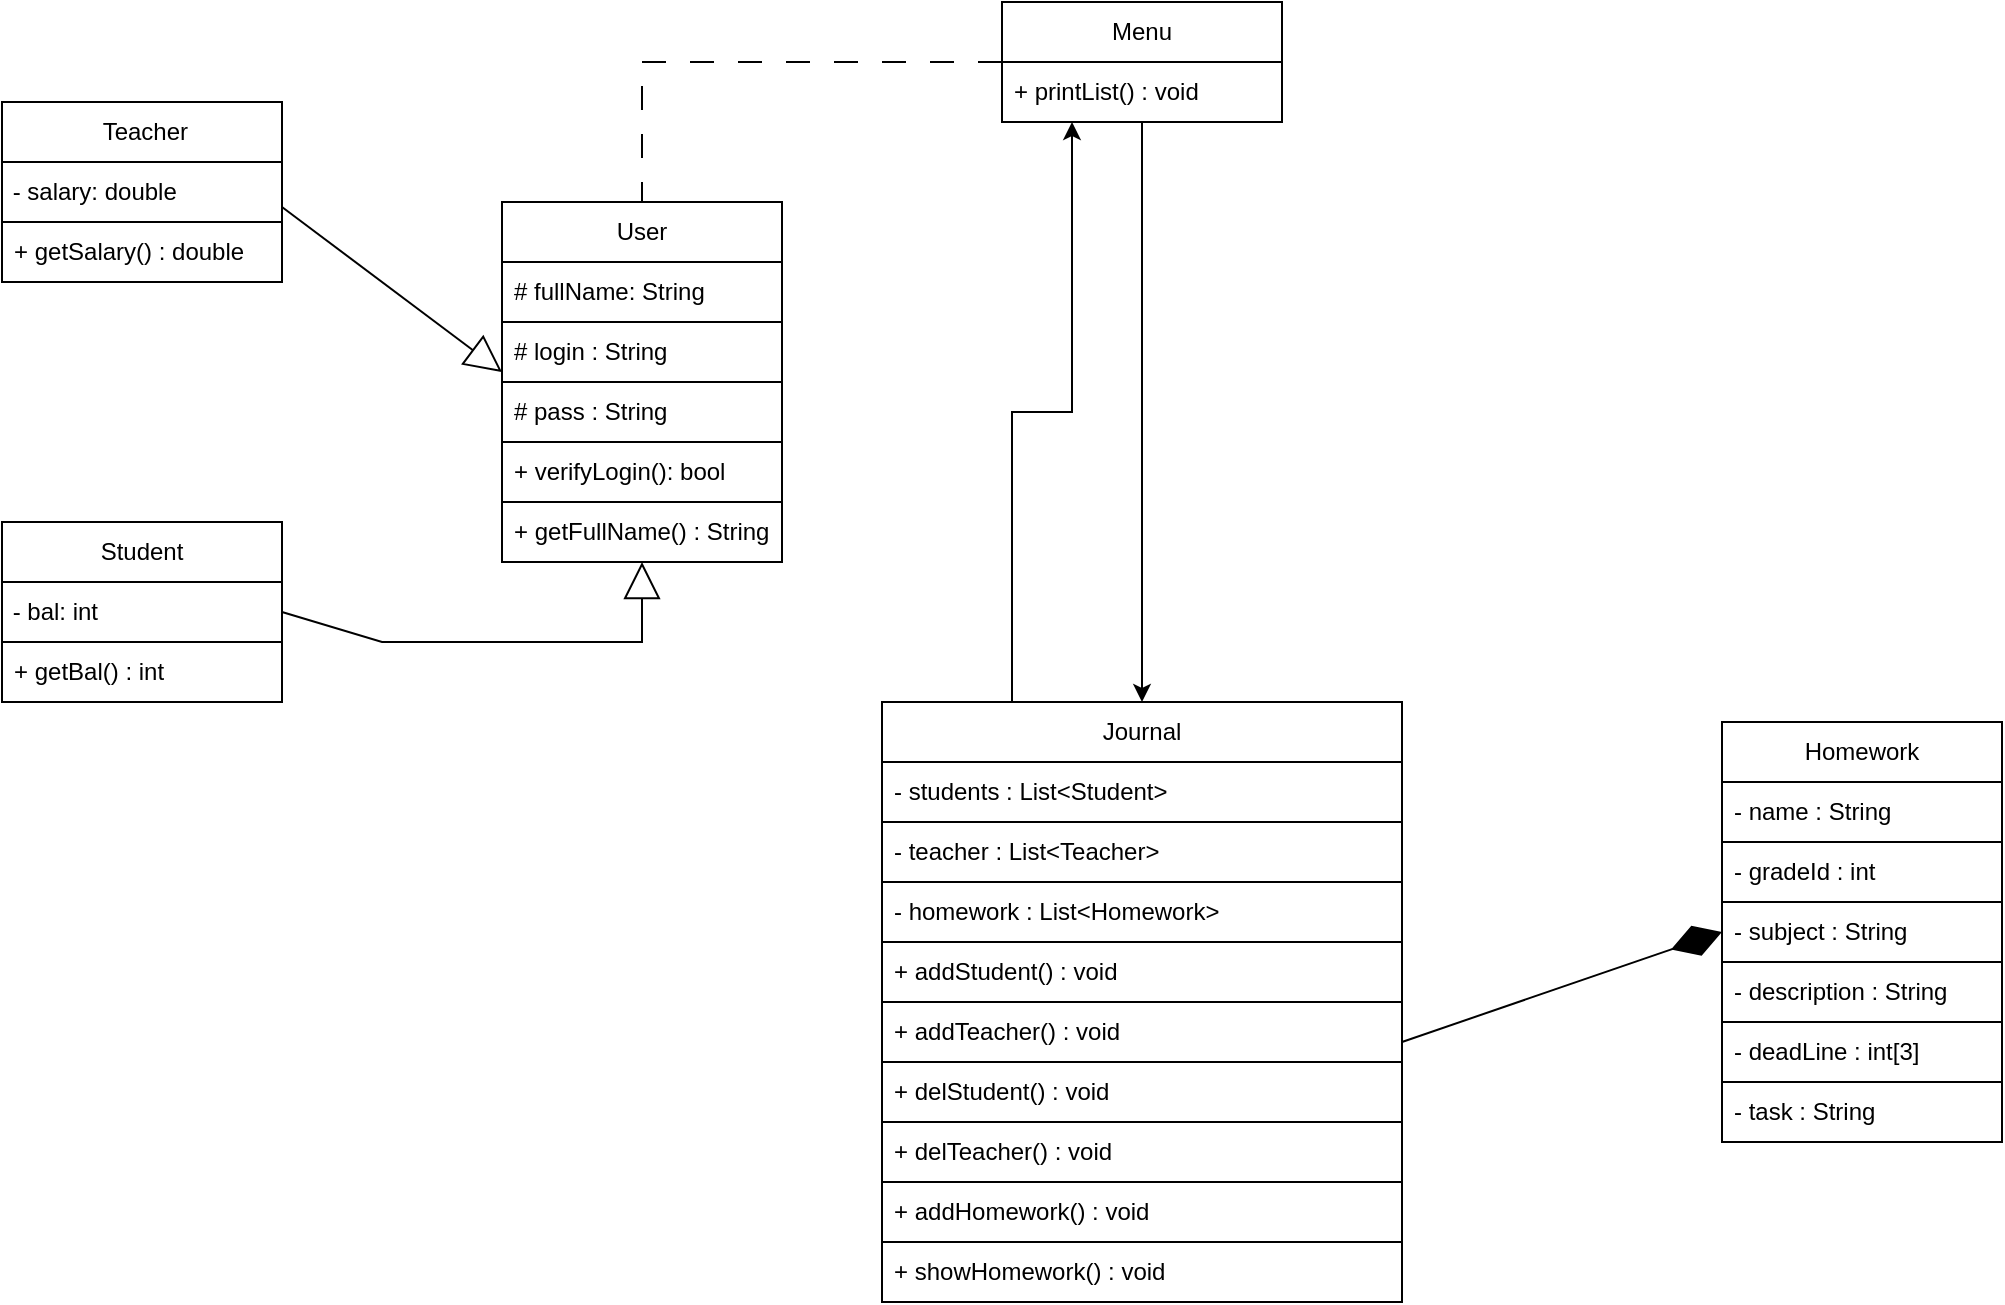
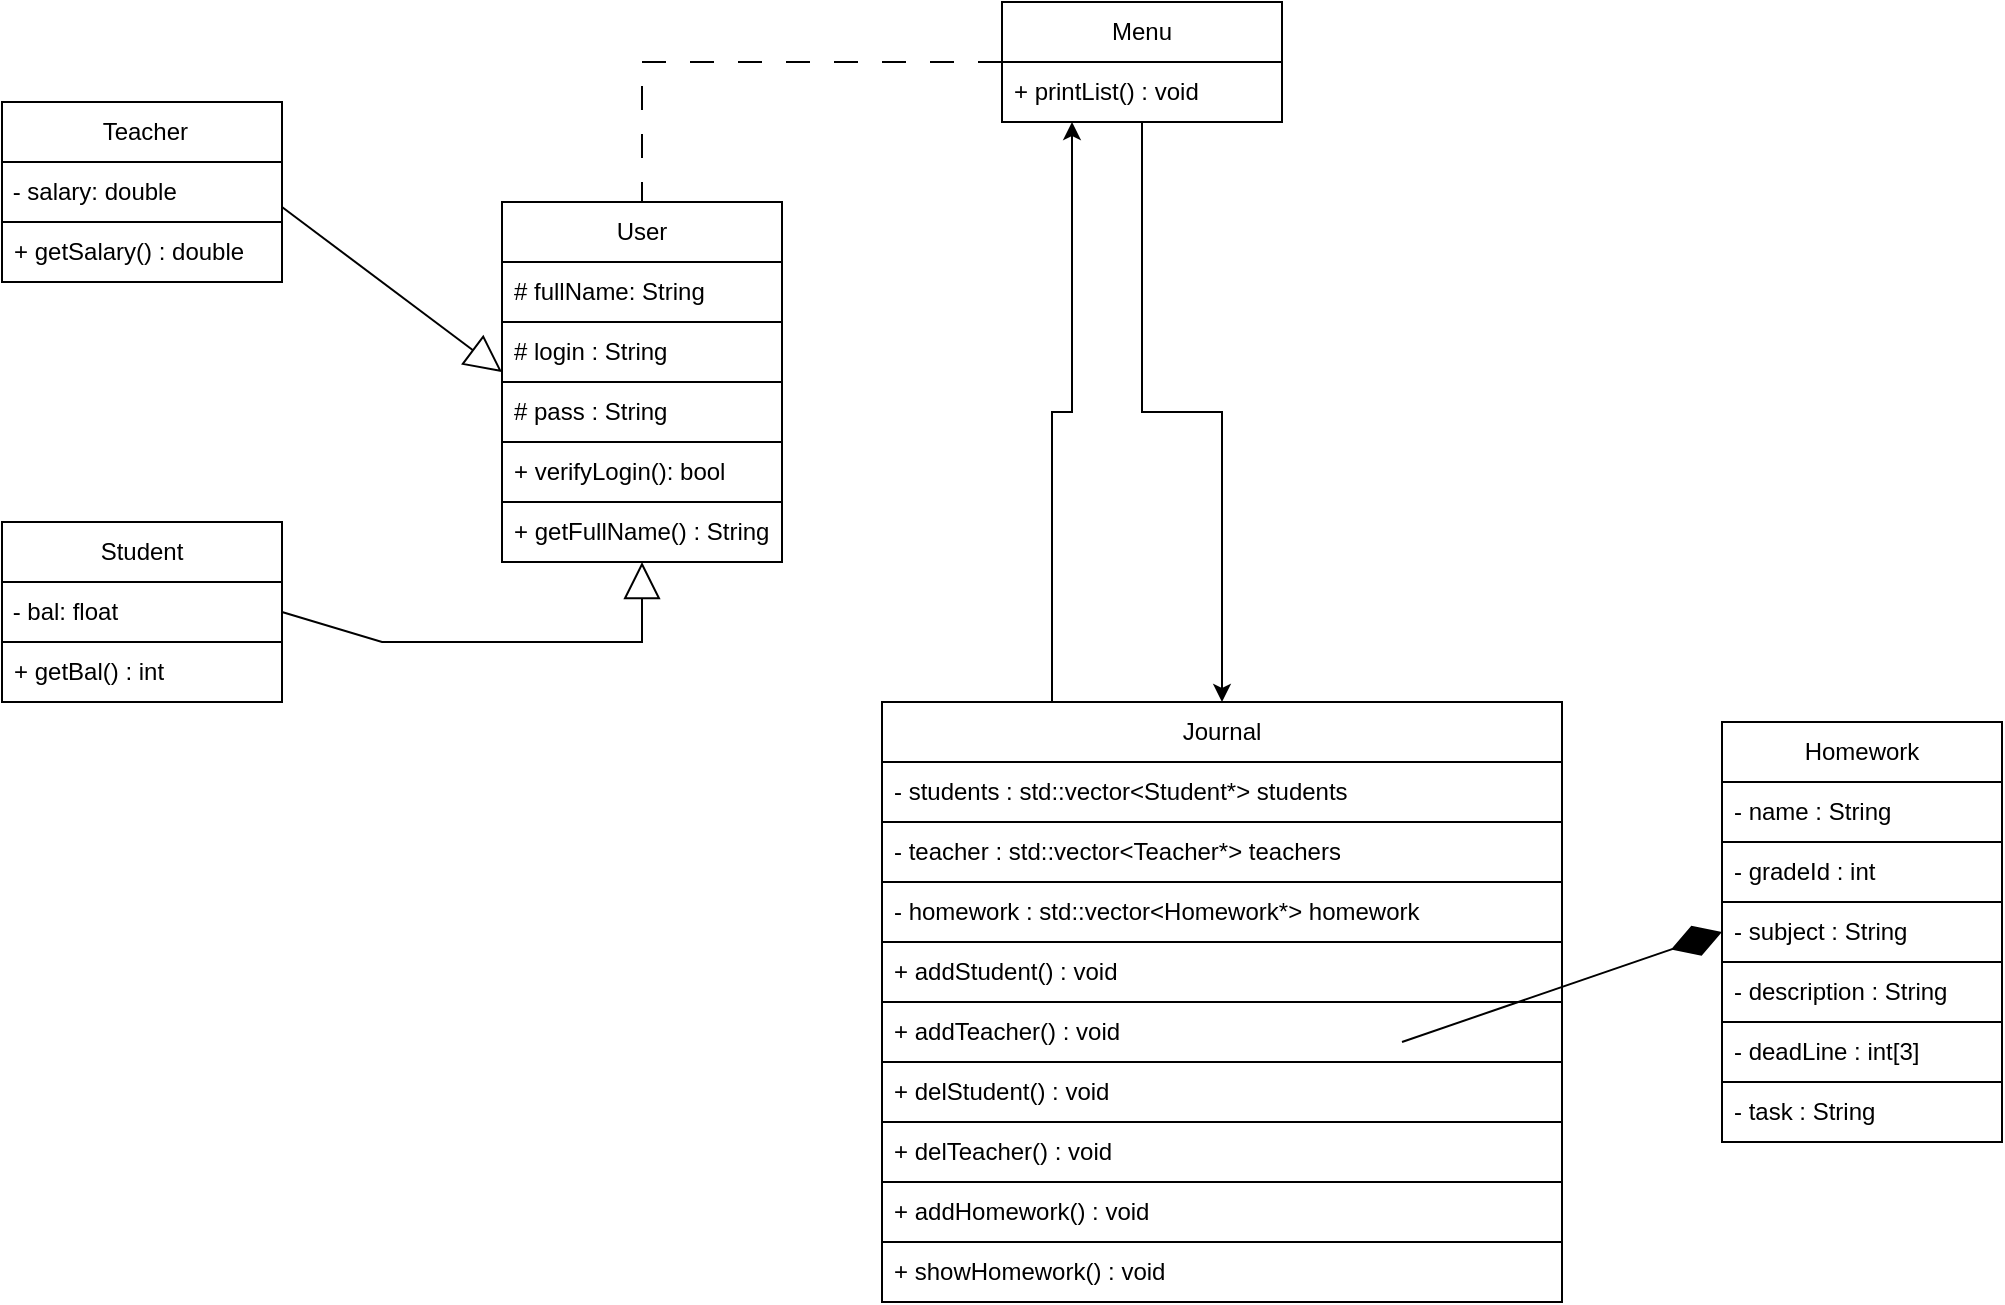
<mxfile host="app.diagrams.net" agent="Mozilla/5.0 (Windows NT 10.0; Win64; x64) AppleWebKit/537.36 (KHTML, like Gecko) Chrome/144.0.0.0 YaBrowser/26.3.0.0 Safari/537.36">
  <diagram name="Страница-1" id="uxawxyVBlgbyIQM6ajeT">
    <mxGraphModel dx="1414" dy="751" grid="1" gridSize="10" guides="1" tooltips="1" connect="1" arrows="1" fold="1" page="1" pageScale="1" pageWidth="700" pageHeight="1000" math="0" shadow="0">
      <root>
        <mxCell id="0" />
        <mxCell id="1" parent="0" />
        <mxCell id="GCuz6E3EBiHqZI_xGS0Z-3" parent="1" style="swimlane;fontStyle=0;childLayout=stackLayout;horizontal=1;startSize=30;horizontalStack=0;resizeParent=1;resizeParentMax=0;resizeLast=0;collapsible=1;marginBottom=0;whiteSpace=wrap;html=1;" value="Student" vertex="1">
          <mxGeometry height="90" width="140" x="20" y="340" as="geometry">
            <mxRectangle height="30" width="90" x="370" y="200" as="alternateBounds" />
          </mxGeometry>
        </mxCell>
-         <mxCell id="GCuz6E3EBiHqZI_xGS0Z-7" parent="GCuz6E3EBiHqZI_xGS0Z-3" style="text;html=1;whiteSpace=wrap;strokeColor=default;fillColor=default;align=left;verticalAlign=middle;rounded=0;" value="&lt;span style=&quot;&quot;&gt;&amp;nbsp;- bal: int&lt;/span&gt;" vertex="1">
+         <mxCell id="GCuz6E3EBiHqZI_xGS0Z-7" parent="GCuz6E3EBiHqZI_xGS0Z-3" style="text;html=1;whiteSpace=wrap;strokeColor=default;fillColor=default;align=left;verticalAlign=middle;rounded=0;" value="&lt;span style=&quot;&quot;&gt;&amp;nbsp;- bal: float&lt;/span&gt;" vertex="1">
          <mxGeometry height="30" width="140" y="30" as="geometry" />
        </mxCell>
        <mxCell id="GCuz6E3EBiHqZI_xGS0Z-4" parent="GCuz6E3EBiHqZI_xGS0Z-3" style="text;strokeColor=default;fillColor=default;align=left;verticalAlign=middle;spacingLeft=4;spacingRight=4;overflow=hidden;points=[[0,0.5],[1,0.5]];portConstraint=eastwest;rotatable=0;whiteSpace=wrap;html=1;" value="+ getBal() : int" vertex="1">
          <mxGeometry height="30" width="140" y="60" as="geometry" />
        </mxCell>
        <mxCell id="8Yin8r3933yuqEZvRl84-43" edge="1" parent="1" source="GCuz6E3EBiHqZI_xGS0Z-8" style="edgeStyle=orthogonalEdgeStyle;rounded=0;orthogonalLoop=1;jettySize=auto;html=1;exitX=0.25;exitY=0;exitDx=0;exitDy=0;entryX=0.25;entryY=1;entryDx=0;entryDy=0;" target="GCuz6E3EBiHqZI_xGS0Z-16">
          <mxGeometry relative="1" as="geometry" />
        </mxCell>
        <mxCell id="GCuz6E3EBiHqZI_xGS0Z-8" parent="1" style="swimlane;fontStyle=0;childLayout=stackLayout;horizontal=1;startSize=30;horizontalStack=0;resizeParent=1;resizeParentMax=0;resizeLast=0;collapsible=1;marginBottom=0;whiteSpace=wrap;html=1;" value="Journal" vertex="1">
-           <mxGeometry height="300" width="260" x="460" y="430" as="geometry" />
+           <mxGeometry height="300" width="340" x="460" y="430" as="geometry" />
        </mxCell>
-         <mxCell id="GCuz6E3EBiHqZI_xGS0Z-9" parent="GCuz6E3EBiHqZI_xGS0Z-8" style="text;align=left;verticalAlign=middle;spacingLeft=4;spacingRight=4;overflow=hidden;points=[[0,0.5],[1,0.5]];portConstraint=eastwest;rotatable=0;whiteSpace=wrap;html=1;fillColor=default;strokeColor=default;" value="- students : List&amp;lt;Student&amp;gt;" vertex="1">
-           <mxGeometry height="30" width="260" y="30" as="geometry" />
+         <mxCell id="GCuz6E3EBiHqZI_xGS0Z-9" parent="GCuz6E3EBiHqZI_xGS0Z-8" style="text;align=left;verticalAlign=middle;spacingLeft=4;spacingRight=4;overflow=hidden;points=[[0,0.5],[1,0.5]];portConstraint=eastwest;rotatable=0;whiteSpace=wrap;html=1;fillColor=default;strokeColor=default;" value="- students : std::vector&amp;lt;Student*&amp;gt;&amp;nbsp;students" vertex="1">
+           <mxGeometry height="30" width="340" y="30" as="geometry" />
        </mxCell>
-         <mxCell id="8Yin8r3933yuqEZvRl84-10" parent="GCuz6E3EBiHqZI_xGS0Z-8" style="text;align=left;verticalAlign=middle;spacingLeft=4;spacingRight=4;overflow=hidden;points=[[0,0.5],[1,0.5]];portConstraint=eastwest;rotatable=0;whiteSpace=wrap;html=1;fillColor=default;strokeColor=default;" value="- teacher&amp;nbsp;: List&amp;lt;Teacher&amp;gt;&amp;nbsp;" vertex="1">
-           <mxGeometry height="30" width="260" y="60" as="geometry" />
+         <mxCell id="8Yin8r3933yuqEZvRl84-10" parent="GCuz6E3EBiHqZI_xGS0Z-8" style="text;align=left;verticalAlign=middle;spacingLeft=4;spacingRight=4;overflow=hidden;points=[[0,0.5],[1,0.5]];portConstraint=eastwest;rotatable=0;whiteSpace=wrap;html=1;fillColor=default;strokeColor=default;" value="- teacher&amp;nbsp;: std::vector&amp;lt;Teacher*&amp;gt;&amp;nbsp;teachers" vertex="1">
+           <mxGeometry height="30" width="340" y="60" as="geometry" />
        </mxCell>
-         <mxCell id="8Yin8r3933yuqEZvRl84-49" parent="GCuz6E3EBiHqZI_xGS0Z-8" style="text;align=left;verticalAlign=middle;spacingLeft=4;spacingRight=4;overflow=hidden;points=[[0,0.5],[1,0.5]];portConstraint=eastwest;rotatable=0;whiteSpace=wrap;html=1;fillColor=default;strokeColor=default;" value="- homework&amp;nbsp;: List&amp;lt;Homework&amp;gt;&amp;nbsp;" vertex="1">
-           <mxGeometry height="30" width="260" y="90" as="geometry" />
+         <mxCell id="8Yin8r3933yuqEZvRl84-49" parent="GCuz6E3EBiHqZI_xGS0Z-8" style="text;align=left;verticalAlign=middle;spacingLeft=4;spacingRight=4;overflow=hidden;points=[[0,0.5],[1,0.5]];portConstraint=eastwest;rotatable=0;whiteSpace=wrap;html=1;fillColor=default;strokeColor=default;" value="- homework&amp;nbsp;: std::vector&amp;lt;Homework*&amp;gt;&amp;nbsp;homework&amp;nbsp;" vertex="1">
+           <mxGeometry height="30" width="340" y="90" as="geometry" />
        </mxCell>
        <mxCell id="GCuz6E3EBiHqZI_xGS0Z-10" parent="GCuz6E3EBiHqZI_xGS0Z-8" style="text;strokeColor=default;fillColor=default;align=left;verticalAlign=middle;spacingLeft=4;spacingRight=4;overflow=hidden;points=[[0,0.5],[1,0.5]];portConstraint=eastwest;rotatable=0;whiteSpace=wrap;html=1;gradientColor=none;rounded=0;glass=0;shadow=0;strokeWidth=1;" value="+ addStudent() : void" vertex="1">
-           <mxGeometry height="30" width="260" y="120" as="geometry" />
+           <mxGeometry height="30" width="340" y="120" as="geometry" />
        </mxCell>
        <mxCell id="GCuz6E3EBiHqZI_xGS0Z-28" parent="GCuz6E3EBiHqZI_xGS0Z-8" style="text;strokeColor=default;fillColor=default;align=left;verticalAlign=middle;spacingLeft=4;spacingRight=4;overflow=hidden;points=[[0,0.5],[1,0.5]];portConstraint=eastwest;rotatable=0;whiteSpace=wrap;html=1;gradientColor=none;rounded=0;glass=0;shadow=0;strokeWidth=1;" value="+ addTeacher() : void" vertex="1">
-           <mxGeometry height="30" width="260" y="150" as="geometry" />
+           <mxGeometry height="30" width="340" y="150" as="geometry" />
        </mxCell>
        <mxCell id="GCuz6E3EBiHqZI_xGS0Z-11" parent="GCuz6E3EBiHqZI_xGS0Z-8" style="text;align=left;verticalAlign=middle;spacingLeft=4;spacingRight=4;overflow=hidden;points=[[0,0.5],[1,0.5]];portConstraint=eastwest;rotatable=0;whiteSpace=wrap;html=1;fillColor=default;strokeColor=default;" value="+ delStudent() : void" vertex="1">
-           <mxGeometry height="30" width="260" y="180" as="geometry" />
+           <mxGeometry height="30" width="340" y="180" as="geometry" />
        </mxCell>
        <mxCell id="GCuz6E3EBiHqZI_xGS0Z-29" parent="GCuz6E3EBiHqZI_xGS0Z-8" style="text;align=left;verticalAlign=middle;spacingLeft=4;spacingRight=4;overflow=hidden;points=[[0,0.5],[1,0.5]];portConstraint=eastwest;rotatable=0;whiteSpace=wrap;html=1;fillColor=default;strokeColor=default;" value="+ delTeacher() : void" vertex="1">
-           <mxGeometry height="30" width="260" y="210" as="geometry" />
+           <mxGeometry height="30" width="340" y="210" as="geometry" />
        </mxCell>
        <mxCell id="8Yin8r3933yuqEZvRl84-33" parent="GCuz6E3EBiHqZI_xGS0Z-8" style="text;strokeColor=default;fillColor=default;align=left;verticalAlign=middle;spacingLeft=4;spacingRight=4;overflow=hidden;points=[[0,0.5],[1,0.5]];portConstraint=eastwest;rotatable=0;whiteSpace=wrap;html=1;" value="+ addHomework() : void" vertex="1">
-           <mxGeometry height="30" width="260" y="240" as="geometry" />
+           <mxGeometry height="30" width="340" y="240" as="geometry" />
        </mxCell>
        <mxCell id="GCuz6E3EBiHqZI_xGS0Z-19" parent="GCuz6E3EBiHqZI_xGS0Z-8" style="text;strokeColor=default;fillColor=default;align=left;verticalAlign=middle;spacingLeft=4;spacingRight=4;overflow=hidden;points=[[0,0.5],[1,0.5]];portConstraint=eastwest;rotatable=0;whiteSpace=wrap;html=1;" value="+ showHomework() : void" vertex="1">
-           <mxGeometry height="30" width="260" y="270" as="geometry" />
+           <mxGeometry height="30" width="340" y="270" as="geometry" />
        </mxCell>
        <mxCell id="8Yin8r3933yuqEZvRl84-32" edge="1" parent="1" source="GCuz6E3EBiHqZI_xGS0Z-16" style="edgeStyle=orthogonalEdgeStyle;rounded=0;orthogonalLoop=1;jettySize=auto;html=1;entryX=0.5;entryY=0;entryDx=0;entryDy=0;" target="GCuz6E3EBiHqZI_xGS0Z-8">
          <mxGeometry relative="1" as="geometry" />
        </mxCell>
        <mxCell id="AdEmohMLdduJ9aqZZ4lc-9" edge="1" parent="1" source="GCuz6E3EBiHqZI_xGS0Z-16" style="edgeStyle=orthogonalEdgeStyle;rounded=0;orthogonalLoop=1;jettySize=auto;html=1;dashed=1;dashPattern=12 12;endArrow=none;endFill=0;" target="GCuz6E3EBiHqZI_xGS0Z-32">
          <mxGeometry relative="1" as="geometry" />
        </mxCell>
        <mxCell id="GCuz6E3EBiHqZI_xGS0Z-16" parent="1" style="swimlane;fontStyle=0;childLayout=stackLayout;horizontal=1;startSize=30;horizontalStack=0;resizeParent=1;resizeParentMax=0;resizeLast=0;collapsible=1;marginBottom=0;whiteSpace=wrap;html=1;" value="Menu" vertex="1">
          <mxGeometry height="60" width="140" x="520" y="80" as="geometry" />
        </mxCell>
        <mxCell id="GCuz6E3EBiHqZI_xGS0Z-17" parent="GCuz6E3EBiHqZI_xGS0Z-16" style="text;strokeColor=default;fillColor=default;align=left;verticalAlign=middle;spacingLeft=4;spacingRight=4;overflow=hidden;points=[[0,0.5],[1,0.5]];portConstraint=eastwest;rotatable=0;whiteSpace=wrap;html=1;" value="+ printList() : void" vertex="1">
          <mxGeometry height="30" width="140" y="30" as="geometry" />
        </mxCell>
        <mxCell id="GCuz6E3EBiHqZI_xGS0Z-21" parent="1" style="swimlane;fontStyle=0;childLayout=stackLayout;horizontal=1;startSize=30;horizontalStack=0;resizeParent=1;resizeParentMax=0;resizeLast=0;collapsible=1;marginBottom=0;whiteSpace=wrap;html=1;" value="&amp;nbsp;Teacher" vertex="1">
          <mxGeometry height="90" width="140" x="20" y="130" as="geometry">
            <mxRectangle height="30" width="90" x="370" y="200" as="alternateBounds" />
          </mxGeometry>
        </mxCell>
        <mxCell id="GCuz6E3EBiHqZI_xGS0Z-23" parent="GCuz6E3EBiHqZI_xGS0Z-21" style="text;html=1;whiteSpace=wrap;strokeColor=default;fillColor=default;align=left;verticalAlign=middle;rounded=0;" value="&lt;span style=&quot;&quot;&gt;&amp;nbsp;- salary: double&lt;/span&gt;" vertex="1">
          <mxGeometry height="30" width="140" y="30" as="geometry" />
        </mxCell>
        <mxCell id="GCuz6E3EBiHqZI_xGS0Z-24" parent="GCuz6E3EBiHqZI_xGS0Z-21" style="text;strokeColor=default;fillColor=default;align=left;verticalAlign=middle;spacingLeft=4;spacingRight=4;overflow=hidden;points=[[0,0.5],[1,0.5]];portConstraint=eastwest;rotatable=0;whiteSpace=wrap;html=1;" value="+ getSalary() : double" vertex="1">
          <mxGeometry height="30" width="140" y="60" as="geometry" />
        </mxCell>
        <mxCell id="GCuz6E3EBiHqZI_xGS0Z-32" parent="1" style="swimlane;fontStyle=0;childLayout=stackLayout;horizontal=1;startSize=30;horizontalStack=0;resizeParent=1;resizeParentMax=0;resizeLast=0;collapsible=1;marginBottom=0;whiteSpace=wrap;html=1;" value="User" vertex="1">
          <mxGeometry height="180" width="140" x="270" y="180" as="geometry" />
        </mxCell>
        <mxCell id="GCuz6E3EBiHqZI_xGS0Z-5" parent="GCuz6E3EBiHqZI_xGS0Z-32" style="text;strokeColor=default;fillColor=default;align=left;verticalAlign=middle;spacingLeft=4;spacingRight=4;overflow=hidden;points=[[0,0.5],[1,0.5]];portConstraint=eastwest;rotatable=0;whiteSpace=wrap;html=1;" value="# fullName: String" vertex="1">
          <mxGeometry height="30" width="140" y="30" as="geometry" />
        </mxCell>
        <mxCell id="GCuz6E3EBiHqZI_xGS0Z-33" parent="GCuz6E3EBiHqZI_xGS0Z-32" style="text;strokeColor=default;fillColor=default;align=left;verticalAlign=middle;spacingLeft=4;spacingRight=4;overflow=hidden;points=[[0,0.5],[1,0.5]];portConstraint=eastwest;rotatable=0;whiteSpace=wrap;html=1;" value="# login : String" vertex="1">
          <mxGeometry height="30" width="140" y="60" as="geometry" />
        </mxCell>
        <mxCell id="GCuz6E3EBiHqZI_xGS0Z-34" parent="GCuz6E3EBiHqZI_xGS0Z-32" style="text;strokeColor=default;fillColor=default;align=left;verticalAlign=middle;spacingLeft=4;spacingRight=4;overflow=hidden;points=[[0,0.5],[1,0.5]];portConstraint=eastwest;rotatable=0;whiteSpace=wrap;html=1;" value="# pass : String" vertex="1">
          <mxGeometry height="30" width="140" y="90" as="geometry" />
        </mxCell>
        <mxCell id="GCuz6E3EBiHqZI_xGS0Z-35" parent="GCuz6E3EBiHqZI_xGS0Z-32" style="text;strokeColor=default;fillColor=default;align=left;verticalAlign=middle;spacingLeft=4;spacingRight=4;overflow=hidden;points=[[0,0.5],[1,0.5]];portConstraint=eastwest;rotatable=0;whiteSpace=wrap;html=1;" value="+ verifyLogin(): bool" vertex="1">
          <mxGeometry height="30" width="140" y="120" as="geometry" />
        </mxCell>
        <mxCell id="GCuz6E3EBiHqZI_xGS0Z-6" parent="GCuz6E3EBiHqZI_xGS0Z-32" style="text;strokeColor=default;fillColor=default;align=left;verticalAlign=middle;spacingLeft=4;spacingRight=4;overflow=hidden;points=[[0,0.5],[1,0.5]];portConstraint=eastwest;rotatable=0;whiteSpace=wrap;html=1;" value="+ getFullName() : String" vertex="1">
          <mxGeometry height="30" width="140" y="150" as="geometry" />
        </mxCell>
        <mxCell id="8Yin8r3933yuqEZvRl84-35" parent="1" style="swimlane;fontStyle=0;childLayout=stackLayout;horizontal=1;startSize=30;horizontalStack=0;resizeParent=1;resizeParentMax=0;resizeLast=0;collapsible=1;marginBottom=0;whiteSpace=wrap;html=1;" value="Homework" vertex="1">
          <mxGeometry height="210" width="140" x="880" y="440" as="geometry" />
        </mxCell>
        <mxCell id="8Yin8r3933yuqEZvRl84-36" parent="8Yin8r3933yuqEZvRl84-35" style="text;strokeColor=default;fillColor=default;align=left;verticalAlign=middle;spacingLeft=4;spacingRight=4;overflow=hidden;points=[[0,0.5],[1,0.5]];portConstraint=eastwest;rotatable=0;whiteSpace=wrap;html=1;" value="- name : String" vertex="1">
          <mxGeometry height="30" width="140" y="30" as="geometry" />
        </mxCell>
        <mxCell id="8Yin8r3933yuqEZvRl84-37" parent="8Yin8r3933yuqEZvRl84-35" style="text;strokeColor=default;fillColor=default;align=left;verticalAlign=middle;spacingLeft=4;spacingRight=4;overflow=hidden;points=[[0,0.5],[1,0.5]];portConstraint=eastwest;rotatable=0;whiteSpace=wrap;html=1;" value="- gradeId : int" vertex="1">
          <mxGeometry height="30" width="140" y="60" as="geometry" />
        </mxCell>
        <mxCell id="8Yin8r3933yuqEZvRl84-40" parent="8Yin8r3933yuqEZvRl84-35" style="text;strokeColor=default;fillColor=default;align=left;verticalAlign=middle;spacingLeft=4;spacingRight=4;overflow=hidden;points=[[0,0.5],[1,0.5]];portConstraint=eastwest;rotatable=0;whiteSpace=wrap;html=1;" value="- subject&amp;nbsp;: String" vertex="1">
          <mxGeometry height="30" width="140" y="90" as="geometry" />
        </mxCell>
        <mxCell id="8Yin8r3933yuqEZvRl84-45" parent="8Yin8r3933yuqEZvRl84-35" style="text;strokeColor=default;fillColor=default;align=left;verticalAlign=middle;spacingLeft=4;spacingRight=4;overflow=hidden;points=[[0,0.5],[1,0.5]];portConstraint=eastwest;rotatable=0;whiteSpace=wrap;html=1;" value="- description : String" vertex="1">
          <mxGeometry height="30" width="140" y="120" as="geometry" />
        </mxCell>
        <mxCell id="8Yin8r3933yuqEZvRl84-48" parent="8Yin8r3933yuqEZvRl84-35" style="text;strokeColor=default;fillColor=default;align=left;verticalAlign=middle;spacingLeft=4;spacingRight=4;overflow=hidden;points=[[0,0.5],[1,0.5]];portConstraint=eastwest;rotatable=0;whiteSpace=wrap;html=1;" value="- deadLine : int[3]" vertex="1">
          <mxGeometry height="30" width="140" y="150" as="geometry" />
        </mxCell>
        <mxCell id="8Yin8r3933yuqEZvRl84-47" parent="8Yin8r3933yuqEZvRl84-35" style="text;strokeColor=default;fillColor=default;align=left;verticalAlign=middle;spacingLeft=4;spacingRight=4;overflow=hidden;points=[[0,0.5],[1,0.5]];portConstraint=eastwest;rotatable=0;whiteSpace=wrap;html=1;" value="- task&amp;nbsp;: String" vertex="1">
          <mxGeometry height="30" width="140" y="180" as="geometry" />
        </mxCell>
        <mxCell id="AdEmohMLdduJ9aqZZ4lc-6" edge="1" parent="1" style="endArrow=diamondThin;endFill=1;endSize=24;html=1;rounded=0;entryX=0;entryY=0.5;entryDx=0;entryDy=0;" target="8Yin8r3933yuqEZvRl84-40" value="">
          <mxGeometry relative="1" width="160" as="geometry">
            <mxPoint x="720" y="600" as="sourcePoint" />
            <mxPoint x="880" y="600" as="targetPoint" />
          </mxGeometry>
        </mxCell>
        <mxCell id="AdEmohMLdduJ9aqZZ4lc-13" edge="1" parent="1" source="GCuz6E3EBiHqZI_xGS0Z-3" style="endArrow=block;endSize=16;endFill=0;html=1;rounded=0;exitX=1;exitY=0.5;exitDx=0;exitDy=0;entryX=0.5;entryY=1;entryDx=0;entryDy=0;" target="GCuz6E3EBiHqZI_xGS0Z-32" value="">
          <mxGeometry relative="1" width="160" as="geometry">
            <mxPoint as="offset" />
            <Array as="points">
              <mxPoint x="210" y="400" />
              <mxPoint x="340" y="400" />
            </Array>
            <mxPoint x="180" y="400" as="sourcePoint" />
            <mxPoint x="340" y="400" as="targetPoint" />
          </mxGeometry>
        </mxCell>
        <mxCell id="AdEmohMLdduJ9aqZZ4lc-14" edge="1" parent="1" source="GCuz6E3EBiHqZI_xGS0Z-23" style="endArrow=block;endSize=16;endFill=0;html=1;rounded=0;exitX=1;exitY=0.75;exitDx=0;exitDy=0;entryX=0.5;entryY=0;entryDx=0;entryDy=0;" value="">
          <mxGeometry relative="1" width="160" as="geometry">
            <mxPoint x="90" y="275" as="sourcePoint" />
            <mxPoint x="270" y="265" as="targetPoint" />
          </mxGeometry>
        </mxCell>
      </root>
    </mxGraphModel>
  </diagram>
</mxfile>
